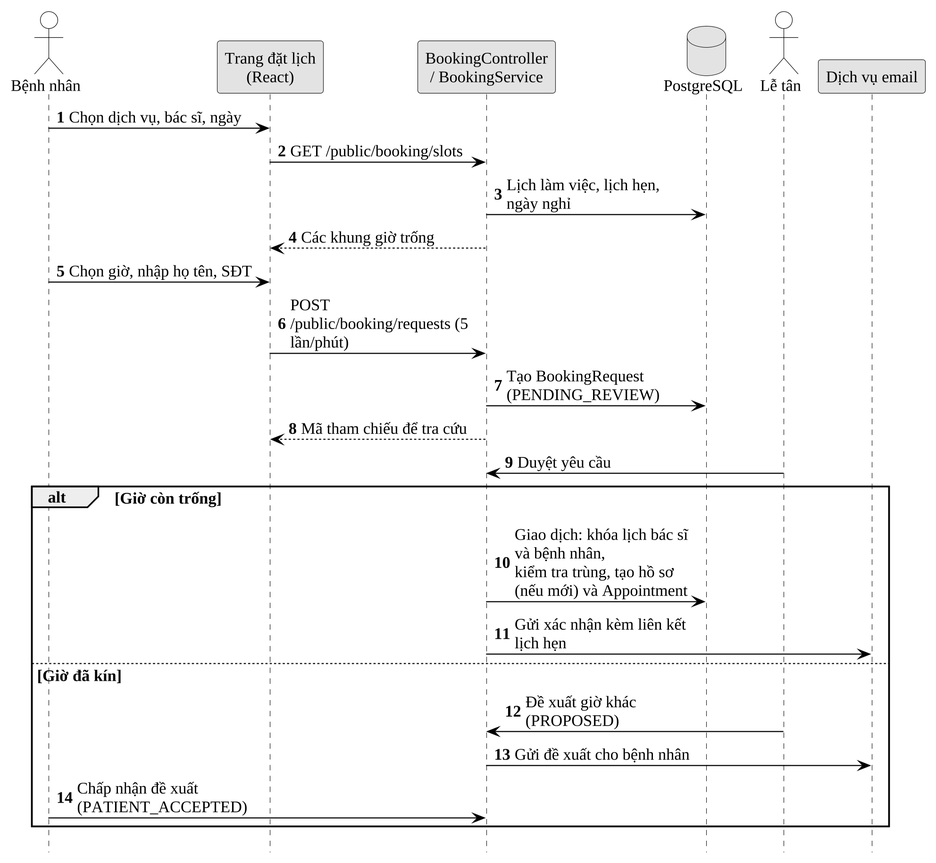
The PlantUML diagram docs/10_Thesis/bao-cao/hinh/3-9-tuan-tu-dat-lich-online.png in Trantuan0310/dental-clinic-nestjs-react, before a commit.
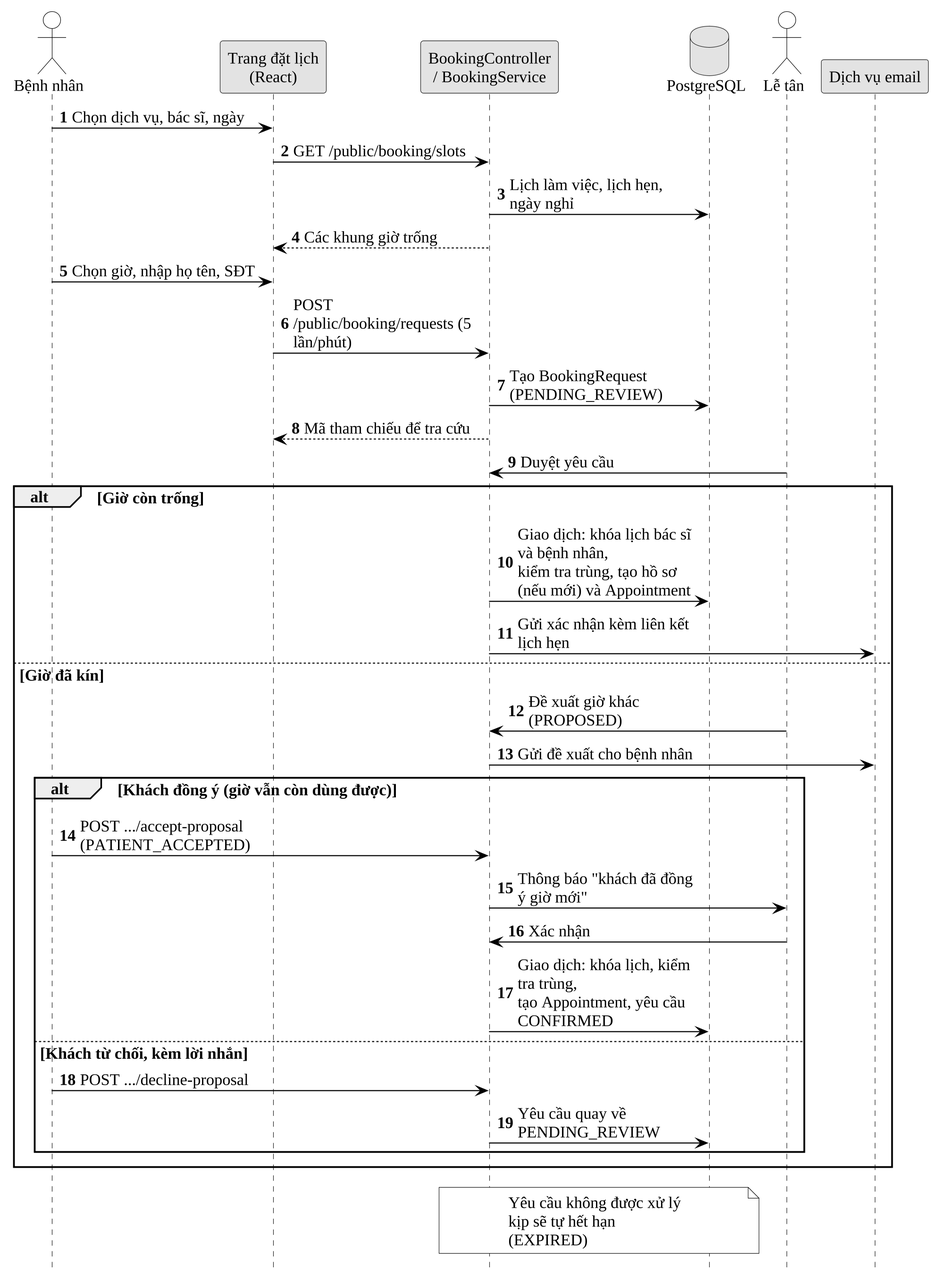
After the commit.

Commit message:
docs(thesis): bổ sung luồng đề xuất giờ khác trong đặt lịch trực tuyến

The edit, as a diff of the source:
```diff
@@ -23,6 +23,15 @@
 else Giờ đã kín
   LT -> API : Đề xuất giờ khác (PROPOSED)
   API -> MAIL : Gửi đề xuất cho bệnh nhân
-  BN -> API : Chấp nhận đề xuất (PATIENT_ACCEPTED)
+  alt Khách đồng ý (giờ vẫn còn dùng được)
+    BN -> API : POST .../accept-proposal (PATIENT_ACCEPTED)
+    API -> LT : Thông báo "khách đã đồng ý giờ mới"
+    LT -> API : Xác nhận
+    API -> DB : Giao dịch: khóa lịch, kiểm tra trùng,\ntạo Appointment, yêu cầu CONFIRMED
+  else Khách từ chối, kèm lời nhắn
+    BN -> API : POST .../decline-proposal
+    API -> DB : Yêu cầu quay về PENDING_REVIEW
+  end
 end
+note over API, DB : Yêu cầu không được xử lý kịp sẽ tự hết hạn (EXPIRED)
 @enduml
```
